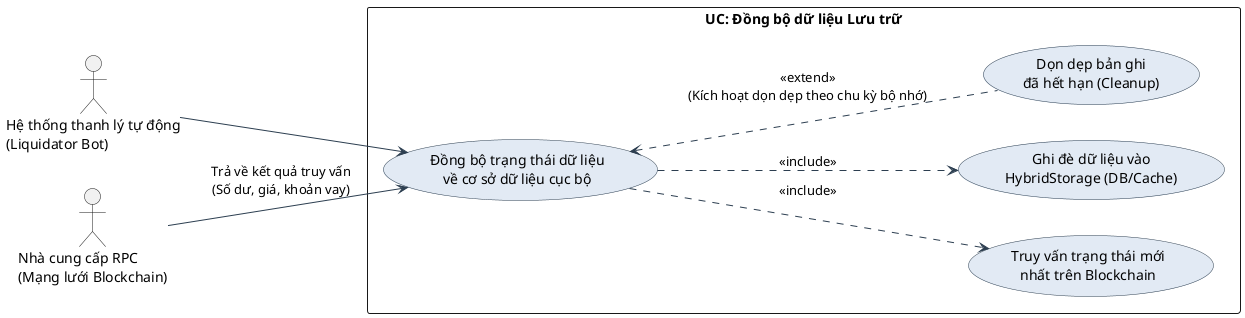
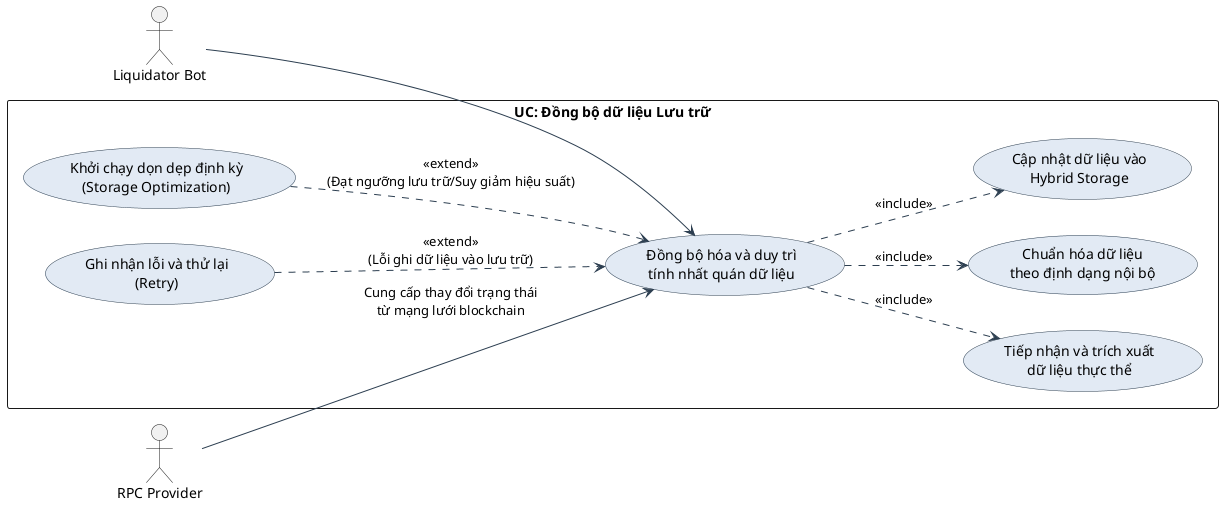
@startuml
skinparam packageStyle rectangle
skinparam backgroundColor #FFFFFF
skinparam usecase {
    BackgroundColor #E2EAF4
    BorderColor #2C3E50
    ArrowColor #2C3E50
    FontName Arial
}

left to right direction

- actor "Hệ thống thanh lý tự động\n(Liquidator Bot)" as Bot
- actor "Nhà cung cấp RPC\n(Mạng lưới Blockchain)" as RPC
+ actor "Liquidator Bot" as Bot
+ actor "RPC Provider" as RPC

rectangle "UC: Đồng bộ dữ liệu Lưu trữ" {

-     usecase "Đồng bộ trạng thái dữ liệu\nvề cơ sở dữ liệu cục bộ" as UC11
+     usecase "Đồng bộ hóa và duy trì\ntính nhất quán dữ liệu" as UC11

-     usecase "Truy vấn trạng thái mới\nnhất trên Blockchain" as Sub1
-     usecase "Ghi đè dữ liệu vào\nHybridStorage (DB/Cache)" as Sub2
+     usecase "Tiếp nhận và trích xuất\ndữ liệu thực thể" as Sub1
+     usecase "Chuẩn hóa dữ liệu\ntheo định dạng nội bộ" as Sub2
+     usecase "Cập nhật dữ liệu vào\nHybrid Storage" as Sub3

-     usecase "Dọn dẹp bản ghi\nđã hết hạn (Cleanup)" as Ext1
+     usecase "Khởi chạy dọn dẹp định kỳ\n(Storage Optimization)" as Ext1
+     usecase "Ghi nhận lỗi và thử lại\n(Retry)" as Ext2
}

Bot --> UC11
+ RPC --> UC11 : "Cung cấp thay đổi trạng thái\ntừ mạng lưới blockchain"

- RPC --> UC11 : "Trả về kết quả truy vấn\n(Số dư, giá, khoản vay)"
- 
- ' Các nghiệp vụ lưu trữ cơ bản
+ ' Các luồng sự kiện chính
UC11 ..> Sub1 : <<include>>
UC11 ..> Sub2 : <<include>>
+ UC11 ..> Sub3 : <<include>>

- ' Dọn dẹp tùy chỉnh khi DB quá phình to
- Ext1 .up.> UC11 : <<extend>>\n(Kích hoạt dọn dẹp theo chu kỳ bộ nhớ)
+ ' Các luồng ngoại lệ / thay thế
+ Ext1 .down.> UC11 : <<extend>>\n(Đạt ngưỡng lưu trữ/Suy giảm hiệu suất)
+ Ext2 .down.> UC11 : <<extend>>\n(Lỗi ghi dữ liệu vào lưu trữ)

@enduml
